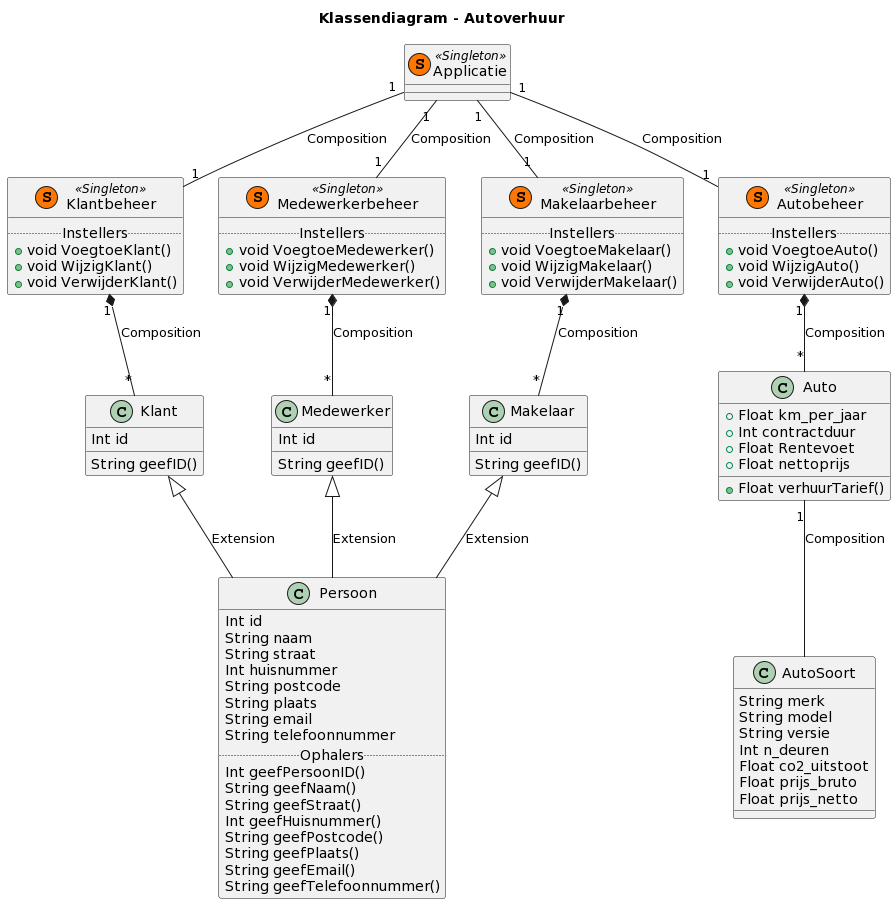
Before: uml/Klassendiagram.png, a diagram exported from PlantUML (Sluimers/Beoordelingstest-SVB). Source of this version:
```plantuml
@startuml
title Klassendiagram - Autoverhuur

class Applicatie << (S,#FF7700) Singleton >>
{

}

class Medewerkerbeheer << (S,#FF7700) Singleton >>
{
  .. Instellers ..
  +void VoegtoeMedewerker()
  +void WijzigMedewerker()
  +void VerwijderMedewerker()
}

class Klantbeheer << (S,#FF7700) Singleton >>
{
  .. Instellers ..
  +void VoegtoeKlant()
  +void WijzigKlant()
  +void VerwijderKlant()
}

class Autobeheer << (S,#FF7700) Singleton >>
{
  .. Instellers ..
  +void VoegtoeAuto()
  +void WijzigAuto()
  +void VerwijderAuto()
}

class Makelaarbeheer << (S,#FF7700) Singleton >>
{
  .. Instellers ..
  +void VoegtoeMakelaar()
  +void WijzigMakelaar()
  +void VerwijderMakelaar()
}

class Persoon {
  Int id
  String naam
  String straat
  Int huisnummer
  String postcode
  String plaats
  String email
  String telefoonnummer
  .. Ophalers ..
  Int geefPersoonID()
  String geefNaam()
  String geefStraat()
  Int geefHuisnummer()
  String geefPostcode()
  String geefPlaats()
  String geefEmail()
  String geefTelefoonnummer()
}

class Klant {
  Int id
  String geefID()
}

class Makelaar {
  Int id
  String geefID()
}

class Medewerker {
  Int id
  String geefID()
}

class AutoSoort {
  String merk
  String model
  String versie
  Int n_deuren
  Float co2_uitstoot
  Float prijs_bruto
  Float prijs_netto
}

class Auto {
  + Float verhuurTarief()
  + Float km_per_jaar
  + Int contractduur
  + Float Rentevoet
  + Float nettoprijs
}

Applicatie "1" -down- "1" Autobeheer: Composition
Applicatie "1" -down- "1" Klantbeheer: Composition
Applicatie "1" -down- "1" Makelaarbeheer: Composition
Applicatie "1" -down- "1" Medewerkerbeheer: Composition

Auto "1" -down- AutoSoort: Composition

Autobeheer "1" *-down- "*" Auto: Composition
Klantbeheer "1" *-down- "*" Klant: Composition
Makelaarbeheer "1" *-down- "*" Makelaar: Composition
Medewerkerbeheer "1" *-down- "*" Medewerker: Composition

Klant <|-down- Persoon: Extension
Makelaar <|-down- Persoon: Extension
Medewerker <|-down- Persoon: Extension
@enduml
```
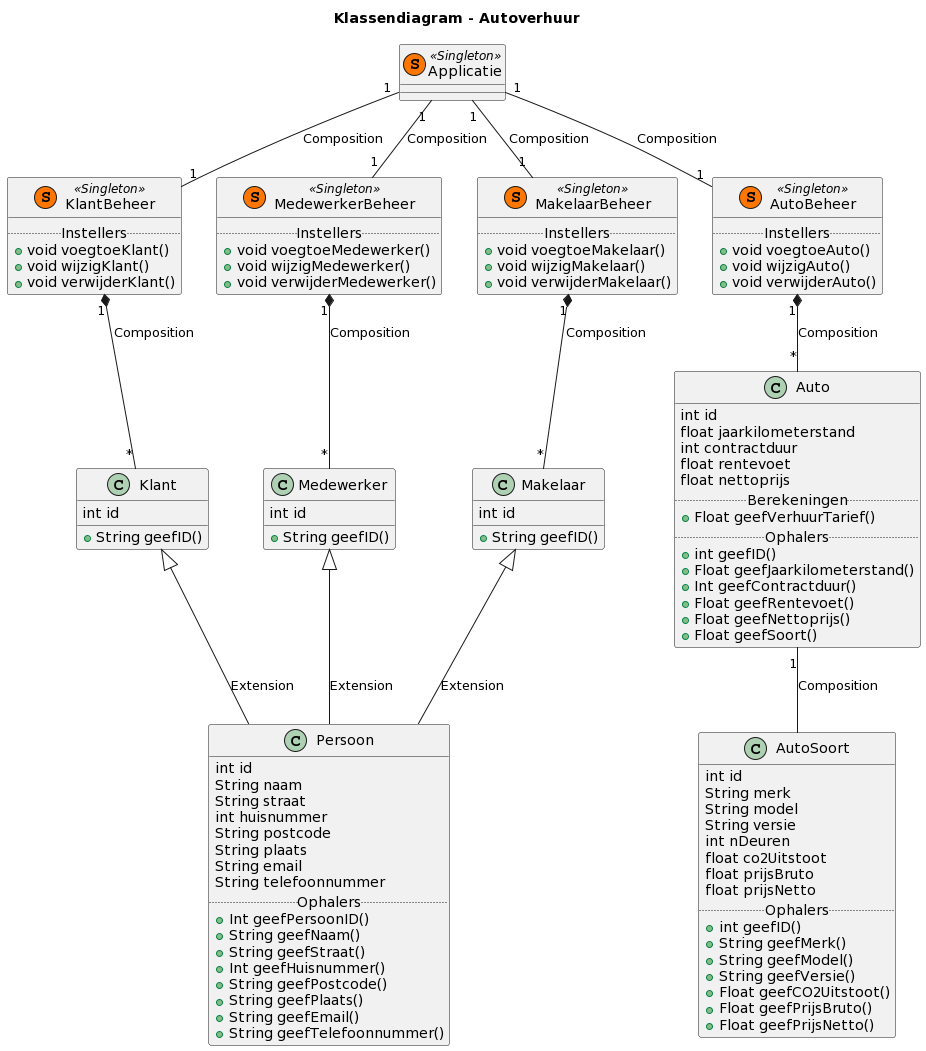
After the commit.

Diff of the diagram source:
```diff
@@ -6,102 +6,120 @@
 
 }
 
-class Medewerkerbeheer << (S,#FF7700) Singleton >>
+class MedewerkerBeheer << (S,#FF7700) Singleton >>
 {
   .. Instellers ..
-  +void VoegtoeMedewerker()
-  +void WijzigMedewerker()
-  +void VerwijderMedewerker()
+  +void voegtoeMedewerker()
+  +void wijzigMedewerker()
+  +void verwijderMedewerker()
 }
 
-class Klantbeheer << (S,#FF7700) Singleton >>
+class KlantBeheer << (S,#FF7700) Singleton >>
 {
   .. Instellers ..
-  +void VoegtoeKlant()
-  +void WijzigKlant()
-  +void VerwijderKlant()
+  +void voegtoeKlant()
+  +void wijzigKlant()
+  +void verwijderKlant()
 }
 
-class Autobeheer << (S,#FF7700) Singleton >>
+class AutoBeheer << (S,#FF7700) Singleton >>
 {
   .. Instellers ..
-  +void VoegtoeAuto()
-  +void WijzigAuto()
-  +void VerwijderAuto()
+  +void voegtoeAuto()
+  +void wijzigAuto()
+  +void verwijderAuto()
 }
 
-class Makelaarbeheer << (S,#FF7700) Singleton >>
+class MakelaarBeheer << (S,#FF7700) Singleton >>
 {
   .. Instellers ..
-  +void VoegtoeMakelaar()
-  +void WijzigMakelaar()
-  +void VerwijderMakelaar()
+  +void voegtoeMakelaar()
+  +void wijzigMakelaar()
+  +void verwijderMakelaar()
 }
 
 class Persoon {
-  Int id
+  int id
   String naam
   String straat
-  Int huisnummer
+  int huisnummer
   String postcode
   String plaats
   String email
   String telefoonnummer
   .. Ophalers ..
-  Int geefPersoonID()
-  String geefNaam()
-  String geefStraat()
-  Int geefHuisnummer()
-  String geefPostcode()
-  String geefPlaats()
-  String geefEmail()
-  String geefTelefoonnummer()
+  + Int geefPersoonID()
+  + String geefNaam()
+  + String geefStraat()
+  + Int geefHuisnummer()
+  + String geefPostcode()
+  + String geefPlaats()
+  + String geefEmail()
+  + String geefTelefoonnummer()
 }
 
 class Klant {
-  Int id
-  String geefID()
+  int id
+  + String geefID()
 }
 
 class Makelaar {
-  Int id
-  String geefID()
+  int id
+  + String geefID()
 }
 
 class Medewerker {
-  Int id
-  String geefID()
+  int id
+  + String geefID()
 }
 
 class AutoSoort {
+  int id
   String merk
   String model
   String versie
-  Int n_deuren
-  Float co2_uitstoot
-  Float prijs_bruto
-  Float prijs_netto
+  int nDeuren
+  float co2Uitstoot
+  float prijsBruto
+  float prijsNetto
+  .. Ophalers ..
+  + int geefID()
+  + String geefMerk()
+  + String geefModel()
+  + String geefVersie()
+  + Float geefCO2Uitstoot()
+  + Float geefPrijsBruto()
+  + Float geefPrijsNetto()
 }
 
 class Auto {
-  + Float verhuurTarief()
-  + Float km_per_jaar
-  + Int contractduur
-  + Float Rentevoet
-  + Float nettoprijs
+  int id
+  float jaarkilometerstand
+  int contractduur
+  float rentevoet
+  float nettoprijs
+  .. Berekeningen ..
+  + Float geefVerhuurTarief()
+  .. Ophalers ..
+  + int geefID()
+  + Float geefJaarkilometerstand()
+  + Int geefContractduur()
+  + Float geefRentevoet()
+  + Float geefNettoprijs()
+  + Float geefSoort()
 }
 
-Applicatie "1" -down- "1" Autobeheer: Composition
-Applicatie "1" -down- "1" Klantbeheer: Composition
-Applicatie "1" -down- "1" Makelaarbeheer: Composition
-Applicatie "1" -down- "1" Medewerkerbeheer: Composition
+Applicatie "1" -down- "1" AutoBeheer: Composition
+Applicatie "1" -down- "1" KlantBeheer: Composition
+Applicatie "1" -down- "1" MakelaarBeheer: Composition
+Applicatie "1" -down- "1" MedewerkerBeheer: Composition
 
 Auto "1" -down- AutoSoort: Composition
 
-Autobeheer "1" *-down- "*" Auto: Composition
-Klantbeheer "1" *-down- "*" Klant: Composition
-Makelaarbeheer "1" *-down- "*" Makelaar: Composition
-Medewerkerbeheer "1" *-down- "*" Medewerker: Composition
+AutoBeheer "1" *-down- "*" Auto: Composition
+KlantBeheer "1" *-down- "*" Klant: Composition
+MakelaarBeheer "1" *-down- "*" Makelaar: Composition
+MedewerkerBeheer "1" *-down- "*" Medewerker: Composition
 
 Klant <|-down- Persoon: Extension
 Makelaar <|-down- Persoon: Extension
```
